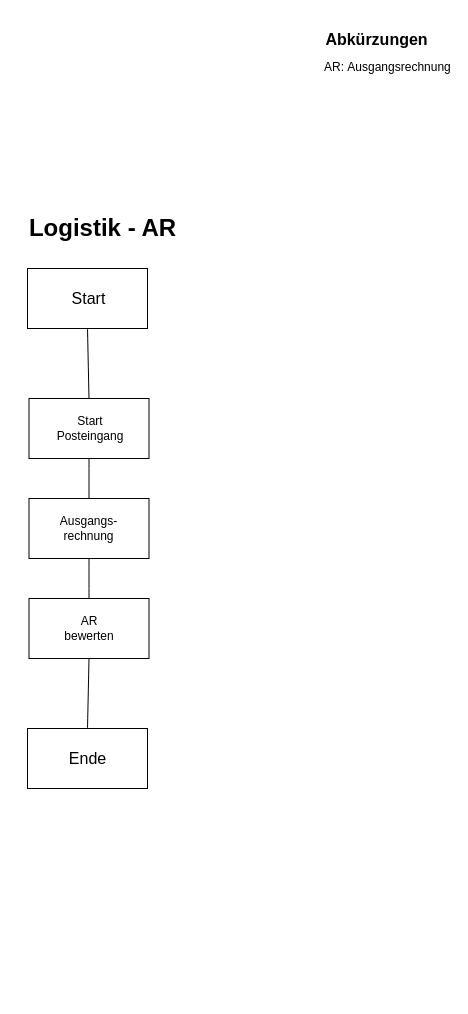
Above: page "AR" (2 of 5) of Unbenanntes Diagramm.drawio in RobertWichtendahl/to-do-app (draw.io), before the change. Source tidied: cells renumbered, new cells numbered last; positions are measured from the earlier drawing's top-left corner, leaving out a move shared by most shapes. Both pictures are drawn from the tidied source at 100%, with x=0, y=0 at pixel (17, 17).
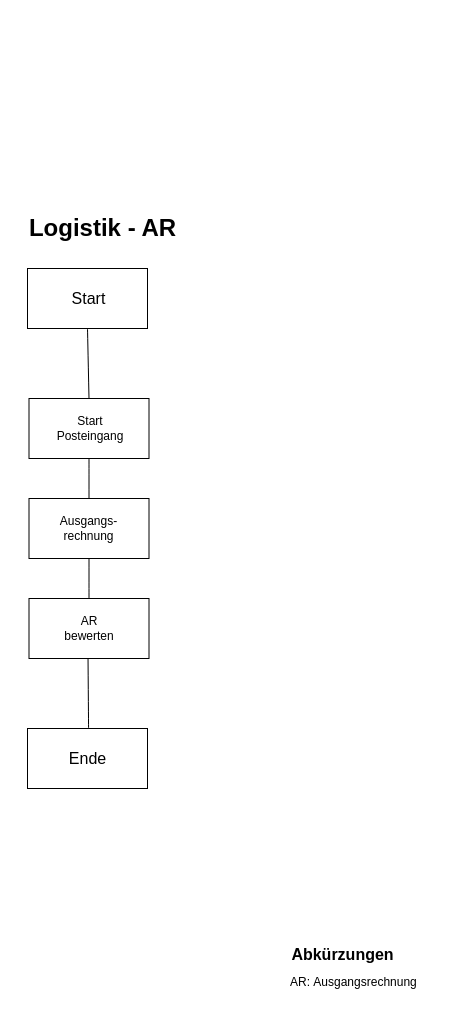
After the change.

The edit, as a diff of the source:
```diff
@@
 <mxGraphModel>
   <root>
     <mxCell id="0" />
     <mxCell id="1" parent="0" />
     <mxCell id="2" value="&lt;font style=&quot;color: light-dark(rgb(0, 0, 0), rgb(255, 255, 255));&quot;&gt;Logistik - AR&lt;/font&gt;" style="text;strokeColor=none;fillColor=none;html=1;fontSize=24;fontStyle=1;verticalAlign=middle;align=center;" parent="1" vertex="1">
       <mxGeometry y="191" width="170" height="40" as="geometry" />
     </mxCell>
     <mxCell id="3" style="rounded=0;whiteSpace=wrap;html=1;" parent="1" vertex="1">
       <mxGeometry x="10" y="251" width="120" height="60" as="geometry" />
     </mxCell>
     <mxCell id="4" value="Start" style="text;strokeColor=none;fillColor=none;html=1;align=center;verticalAlign=middle;whiteSpace=wrap;rounded=0;fontSize=16;" parent="1" vertex="1">
       <mxGeometry x="29" y="263.5" width="85" height="35" as="geometry" />
     </mxCell>
     <mxCell id="5" style="rounded=0;whiteSpace=wrap;html=1;" parent="1" vertex="1">
       <mxGeometry x="11.5" y="381" width="120" height="60" as="geometry" />
     </mxCell>
     <mxCell id="6" value="Start&lt;div&gt;Posteingang&lt;/div&gt;" style="text;html=1;whiteSpace=wrap;strokeColor=none;fillColor=none;align=center;verticalAlign=middle;rounded=0;" parent="1" vertex="1">
       <mxGeometry x="42.5" y="396" width="60" height="30" as="geometry" />
     </mxCell>
     <mxCell id="7" style="rounded=0;whiteSpace=wrap;html=1;" parent="1" vertex="1">
       <mxGeometry x="11.5" y="481" width="120" height="60" as="geometry" />
     </mxCell>
     <mxCell id="8" value="Ausgangs-rechnung" style="text;html=1;whiteSpace=wrap;strokeColor=none;fillColor=none;align=center;verticalAlign=middle;rounded=0;" parent="1" vertex="1">
       <mxGeometry x="26" y="496" width="91" height="30" as="geometry" />
     </mxCell>
     <mxCell id="9" style="rounded=0;whiteSpace=wrap;html=1;" parent="1" vertex="1">
       <mxGeometry x="11.5" y="581" width="120" height="60" as="geometry" />
     </mxCell>
     <mxCell id="10" value="AR&lt;div&gt;bewerten&lt;/div&gt;" style="text;html=1;whiteSpace=wrap;strokeColor=none;fillColor=none;align=center;verticalAlign=middle;rounded=0;" parent="1" vertex="1">
       <mxGeometry x="41.5" y="596" width="60" height="30" as="geometry" />
     </mxCell>
     <mxCell id="11" style="rounded=0;whiteSpace=wrap;html=1;" parent="1" vertex="1">
       <mxGeometry x="10" y="711" width="120" height="60" as="geometry" />
     </mxCell>
     <mxCell id="12" value="Ende" style="text;strokeColor=none;fillColor=none;html=1;align=center;verticalAlign=middle;whiteSpace=wrap;rounded=0;fontSize=16;" parent="1" vertex="1">
       <mxGeometry x="29.5" y="721" width="81" height="40" as="geometry" />
     </mxCell>
     <mxCell id="13" style="endArrow=none;html=1;rounded=0;fontSize=12;startSize=8;endSize=8;curved=1;exitX=0.5;exitY=1;exitDx=0;exitDy=0;entryX=0.5;entryY=0;entryDx=0;entryDy=0;strokeColor=light-dark(#000000,#FFFFFF);" parent="1" edge="1" source="3" target="5">
       <mxGeometry relative="1" as="geometry" />
     </mxCell>
     <mxCell id="14" style="endArrow=none;html=1;rounded=0;fontSize=12;startSize=8;endSize=8;curved=1;exitX=0.5;exitY=1;exitDx=0;exitDy=0;strokeColor=light-dark(#000000,#FFFFFF);" parent="1" edge="1" source="5">
       <mxGeometry relative="1" as="geometry">
         <mxPoint x="71.5" y="481" as="targetPoint" />
       </mxGeometry>
     </mxCell>
     <mxCell id="15" style="endArrow=none;html=1;rounded=0;fontSize=12;startSize=8;endSize=8;curved=1;entryX=0.5;entryY=1;entryDx=0;entryDy=0;exitX=0.5;exitY=0;exitDx=0;exitDy=0;strokeColor=light-dark(#000000,#FFFFFF);" parent="1" edge="1" source="9" target="7">
       <mxGeometry relative="1" as="geometry" />
     </mxCell>
-    <mxCell id="16" style="endArrow=none;html=1;rounded=0;fontSize=12;startSize=8;endSize=8;curved=1;entryX=0.5;entryY=1;entryDx=0;entryDy=0;exitX=0.5;exitY=0;exitDx=0;exitDy=0;strokeColor=light-dark(#000000,#FFFFFF);" parent="1" edge="1" source="11" target="9">
+    <mxCell id="16" style="endArrow=none;html=1;rounded=0;fontSize=12;startSize=8;endSize=8;curved=1;entryX=0.492;entryY=1.005;entryDx=0;entryDy=0;exitX=0.509;exitY=0.002;exitDx=0;exitDy=0;strokeColor=light-dark(#000000,#FFFFFF);entryPerimeter=0;exitPerimeter=0;" parent="1" edge="1" source="11" target="9">
       <mxGeometry relative="1" as="geometry" />
     </mxCell>
     <mxCell id="17" value="&lt;font style=&quot;font-size: 16px;&quot;&gt;Abkürzungen&lt;/font&gt;" style="text;strokeColor=none;fillColor=none;html=1;fontSize=24;fontStyle=1;verticalAlign=middle;align=center;" parent="1" vertex="1">
-      <mxGeometry x="309" width="100" height="40" as="geometry" />
+      <mxGeometry x="275" y="915" width="100" height="40" as="geometry" />
     </mxCell>
     <mxCell id="18" value="AR:&amp;nbsp;Ausgangsrechnung" style="text;html=1;whiteSpace=wrap;strokeColor=none;fillColor=none;align=left;verticalAlign=middle;rounded=0;" parent="1" vertex="1">
-      <mxGeometry x="305" y="35" width="110" height="30" as="geometry" />
+      <mxGeometry x="271" y="950" width="110" height="30" as="geometry" />
     </mxCell>
   </root>
 </mxGraphModel>
```
